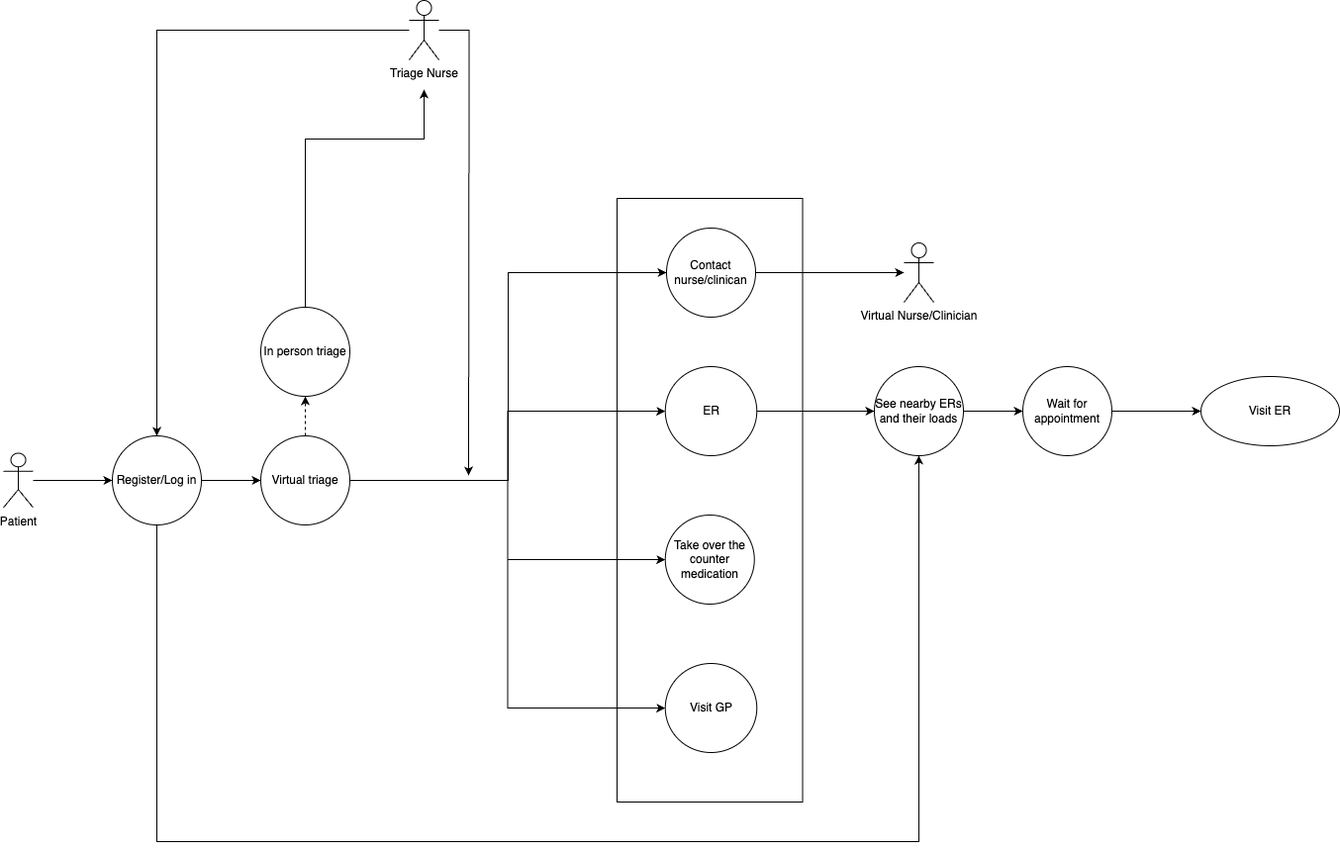
Before: UML_Diagram.drawio.png, a diagram exported from draw.io (uvic-teach/project-m1-team6). Source tidied: cells renumbered, new cells last; positions are measured from the earlier drawing's top-left corner, leaving out a move shared by most shapes.
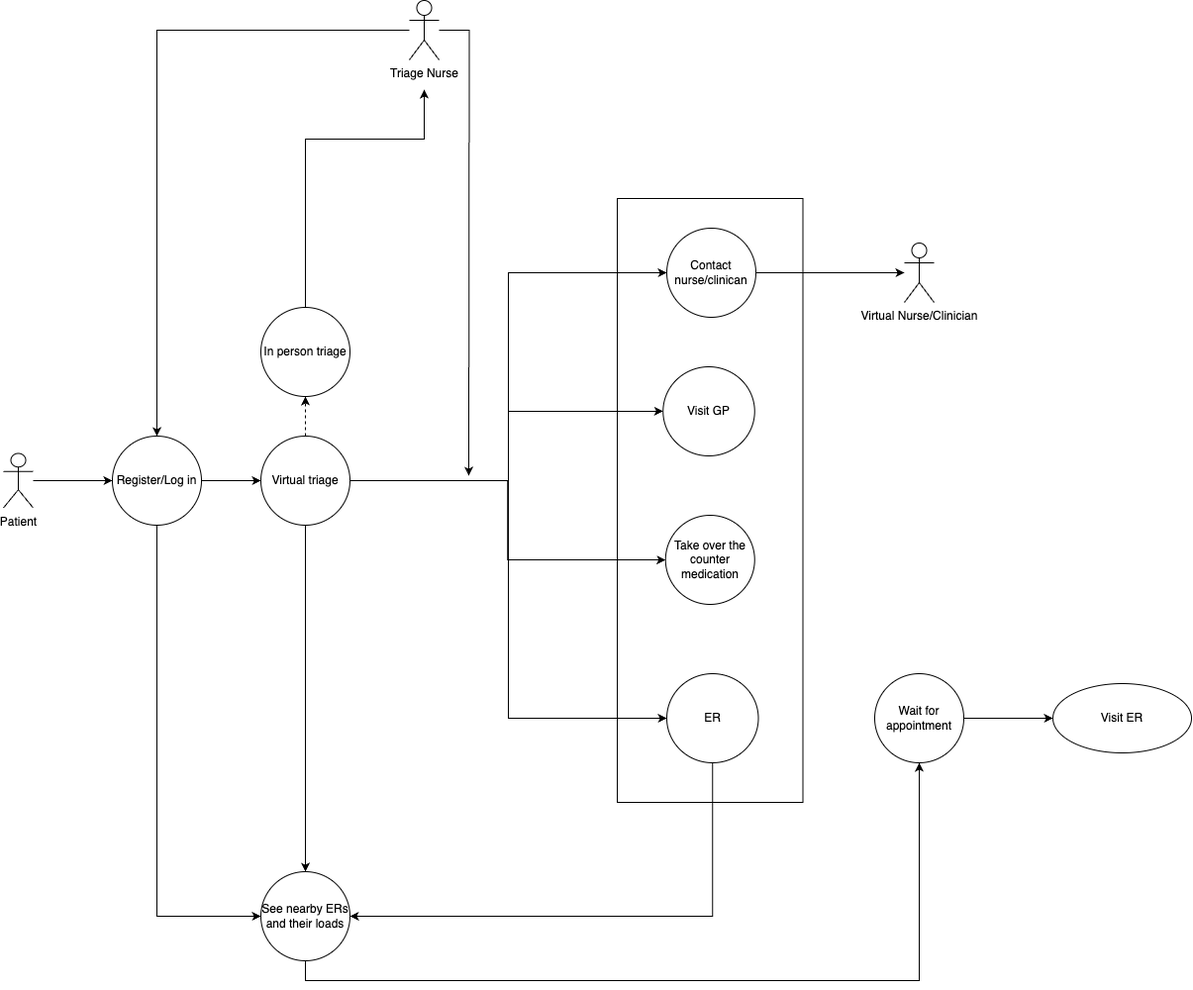
The same file after the commit.

What changed in the source:
```diff
@@ -21,11 +21,19 @@
       <mxGeometry relative="1" as="geometry" />
     </mxCell>
     <mxCell id="8" style="edgeStyle=orthogonalEdgeStyle;rounded=0;jettySize=auto;html=1;entryX=0;entryY=0.5;entryDx=0;entryDy=0;" parent="1" edge="1" source="10" target="24">
-      <mxGeometry relative="1" as="geometry" />
+      <mxGeometry relative="1" as="geometry">
+        <Array as="points">
+          <mxPoint x="510" y="485" />
+          <mxPoint x="510" y="415" />
+        </Array>
+      </mxGeometry>
     </mxCell>
     <mxCell id="9" style="edgeStyle=orthogonalEdgeStyle;rounded=0;jettySize=auto;html=1;entryX=0;entryY=0.5;entryDx=0;entryDy=0;" parent="1" edge="1" source="10" target="26">
       <mxGeometry relative="1" as="geometry" />
     </mxCell>
+    <mxCell id="31" style="edgeStyle=orthogonalEdgeStyle;rounded=0;jettySize=auto;html=1;entryX=0.5;entryY=0;entryDx=0;entryDy=0;" parent="1" edge="1" source="10" target="29">
+      <mxGeometry relative="1" as="geometry" />
+    </mxCell>
     <mxCell id="10" value="Virtual triage" style="ellipse;whiteSpace=wrap;html=1;fillColor=none;" parent="1" vertex="1">
       <mxGeometry x="260" y="440" width="90" height="90" as="geometry" />
     </mxCell>
@@ -43,11 +51,15 @@
     <mxCell id="14" value="Take over the counter medication" style="ellipse;whiteSpace=wrap;html=1;fillColor=none;" parent="1" vertex="1">
       <mxGeometry x="668.8" y="520" width="90" height="90" as="geometry" />
     </mxCell>
-    <mxCell id="15" style="edgeStyle=orthogonalEdgeStyle;rounded=0;jettySize=auto;html=1;" parent="1" edge="1" source="16" target="29">
-      <mxGeometry relative="1" as="geometry" />
+    <mxCell id="15" style="edgeStyle=orthogonalEdgeStyle;rounded=0;jettySize=auto;html=1;entryX=1;entryY=0.5;entryDx=0;entryDy=0;" parent="1" edge="1" source="16" target="29">
+      <mxGeometry relative="1" as="geometry">
+        <Array as="points">
+          <mxPoint x="716" y="925" />
+        </Array>
+      </mxGeometry>
     </mxCell>
     <mxCell id="16" value="ER" style="ellipse;whiteSpace=wrap;html=1;fillColor=none;" parent="1" vertex="1">
-      <mxGeometry x="668.8" y="370" width="92.5" height="90" as="geometry" />
+      <mxGeometry x="670" y="680" width="92.5" height="90" as="geometry" />
     </mxCell>
     <mxCell id="17" style="edgeStyle=orthogonalEdgeStyle;rounded=0;jettySize=auto;html=1;" parent="1" edge="1" source="18">
       <mxGeometry relative="1" as="geometry">
@@ -63,11 +75,10 @@
     <mxCell id="19" style="edgeStyle=orthogonalEdgeStyle;rounded=0;jettySize=auto;html=1;exitX=1;exitY=0.5;exitDx=0;exitDy=0;" parent="1" edge="1" source="21" target="10">
       <mxGeometry relative="1" as="geometry" />
     </mxCell>
-    <mxCell id="20" style="edgeStyle=orthogonalEdgeStyle;rounded=0;jettySize=auto;html=1;entryX=0.5;entryY=1;entryDx=0;entryDy=0;" parent="1" edge="1" source="21" target="29">
+    <mxCell id="20" style="edgeStyle=orthogonalEdgeStyle;rounded=0;jettySize=auto;html=1;entryX=0;entryY=0.5;entryDx=0;entryDy=0;" parent="1" edge="1" source="21" target="29">
       <mxGeometry relative="1" as="geometry">
         <Array as="points">
-          <mxPoint x="155" y="850" />
-          <mxPoint x="925" y="850" />
+          <mxPoint x="155" y="925" />
         </Array>
       </mxGeometry>
     </mxCell>
@@ -78,10 +89,10 @@
       <mxGeometry relative="1" as="geometry" />
     </mxCell>
     <mxCell id="23" value="Wait for appointment" style="ellipse;whiteSpace=wrap;html=1;fillColor=none;" parent="1" vertex="1">
-      <mxGeometry x="1030" y="370" width="90" height="90" as="geometry" />
+      <mxGeometry x="880" y="680" width="90" height="90" as="geometry" />
     </mxCell>
     <mxCell id="24" value="Visit GP" style="ellipse;whiteSpace=wrap;html=1;fillColor=none;" parent="1" vertex="1">
-      <mxGeometry x="668.8" y="670" width="92.5" height="90" as="geometry" />
+      <mxGeometry x="666.2" y="370" width="92.5" height="90" as="geometry" />
     </mxCell>
     <mxCell id="25" style="edgeStyle=orthogonalEdgeStyle;rounded=0;jettySize=auto;html=1;" parent="1" edge="1" source="26" target="27">
       <mxGeometry relative="1" as="geometry" />
@@ -93,13 +104,18 @@
       <mxGeometry x="910" y="245" width="30" height="60" as="geometry" />
     </mxCell>
     <mxCell id="28" style="edgeStyle=orthogonalEdgeStyle;rounded=0;jettySize=auto;html=1;" parent="1" edge="1" source="29" target="23">
-      <mxGeometry relative="1" as="geometry" />
+      <mxGeometry relative="1" as="geometry">
+        <Array as="points">
+          <mxPoint x="305" y="990" />
+          <mxPoint x="925" y="990" />
+        </Array>
+      </mxGeometry>
     </mxCell>
     <mxCell id="29" value="See nearby ERs and their loads" style="ellipse;whiteSpace=wrap;html=1;fillColor=none;" parent="1" vertex="1">
-      <mxGeometry x="880" y="370" width="90" height="90" as="geometry" />
+      <mxGeometry x="260" y="880" width="90" height="90" as="geometry" />
     </mxCell>
     <mxCell id="30" value="Visit ER" style="ellipse;whiteSpace=wrap;html=1;fillColor=none;" parent="1" vertex="1">
-      <mxGeometry x="1210" y="380" width="140" height="70" as="geometry" />
+      <mxGeometry x="1060" y="690" width="140" height="70" as="geometry" />
     </mxCell>
   </root>
 </mxGraphModel>
```
